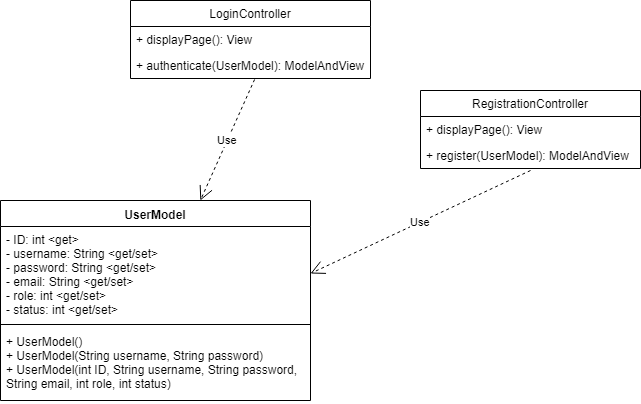
BradyBerner/SpringCLC keeps this draw.io diagram as Documentation/UML.png. Above is the earlier version. Source tidied: cells renumbered, new cells last; positions are measured from the earlier drawing's top-left corner, leaving out a move shared by most shapes. The source it was exported from:
```xml
<mxGraphModel>
  <root>
    <mxCell id="0" />
    <mxCell id="1" parent="0" />
    <mxCell id="2" value="UserModel" style="swimlane;fontStyle=1;align=center;verticalAlign=top;horizontal=1;startSize=26;" parent="1" vertex="1">
      <mxGeometry y="200" width="310" height="200" as="geometry" />
    </mxCell>
    <mxCell id="3" value="- ID: int &lt;get&gt;&#10;- username: String &lt;get/set&gt;&#10;- password: String &lt;get/set&gt;&#10;- email: String &lt;get/set&gt;&#10;- role: int &lt;get/set&gt;&#10;- status: int &lt;get/set&gt;&#10;" style="text;strokeColor=none;fillColor=none;align=left;verticalAlign=top;spacingLeft=4;spacingRight=4;overflow=hidden;points=[[0,0.5],[1,0.5]];portConstraint=eastwest;" parent="2" vertex="1">
      <mxGeometry y="26" width="310" height="94" as="geometry" />
    </mxCell>
    <mxCell id="4" style="line;strokeWidth=1;fillColor=none;align=left;verticalAlign=middle;spacingTop=-1;spacingLeft=3;spacingRight=3;labelPosition=right;" parent="2" vertex="1">
      <mxGeometry y="120" width="310" height="8" as="geometry" />
    </mxCell>
    <mxCell id="5" value="+ UserModel()&#10;+ UserModel(String username, String password)&#10;+ UserModel(int ID, String username, String password, &#10;String email, int role, int status)" style="text;strokeColor=none;fillColor=none;align=left;verticalAlign=top;spacingLeft=4;spacingRight=4;overflow=hidden;" parent="2" vertex="1">
      <mxGeometry y="128" width="310" height="72" as="geometry" />
    </mxCell>
    <mxCell id="6" value="LoginController" style="swimlane;fontStyle=0;horizontal=1;startSize=26;fillColor=none;" parent="1" vertex="1">
      <mxGeometry x="130" width="240" height="78" as="geometry" />
    </mxCell>
    <mxCell id="7" value="+ displayPage(): View" style="text;strokeColor=none;fillColor=none;align=left;verticalAlign=top;spacingLeft=4;spacingRight=4;overflow=hidden;" parent="6" vertex="1">
      <mxGeometry y="26" width="240" height="26" as="geometry" />
    </mxCell>
    <mxCell id="8" value="+ authenticate(UserModel): ModelAndView" style="text;strokeColor=none;fillColor=none;align=left;verticalAlign=top;spacingLeft=4;spacingRight=4;overflow=hidden;points=[[0,0.5],[1,0.5]];portConstraint=eastwest;" parent="6" vertex="1">
      <mxGeometry y="52" width="240" height="26" as="geometry" />
    </mxCell>
    <mxCell id="9" value="RegistrationController" style="swimlane;fontStyle=0;horizontal=1;startSize=26;fillColor=none;" parent="1" vertex="1">
      <mxGeometry x="420" y="90" width="220" height="78" as="geometry" />
    </mxCell>
    <mxCell id="10" value="+ displayPage(): View" style="text;strokeColor=none;fillColor=none;align=left;verticalAlign=top;spacingLeft=4;spacingRight=4;overflow=hidden;" parent="9" vertex="1">
      <mxGeometry y="26" width="220" height="26" as="geometry" />
    </mxCell>
    <mxCell id="11" value="+ register(UserModel): ModelAndView" style="text;strokeColor=none;fillColor=none;align=left;verticalAlign=top;spacingLeft=4;spacingRight=4;overflow=hidden;" parent="9" vertex="1">
      <mxGeometry y="52" width="220" height="26" as="geometry" />
    </mxCell>
    <mxCell id="12" value="Use" style="endArrow=open;endSize=12;dashed=1;html=1;entryX=1;entryY=0.5;entryDx=0;entryDy=0;" parent="1" edge="1" target="3">
      <mxGeometry relative="1" as="geometry">
        <mxPoint x="530" y="170" as="sourcePoint" />
      </mxGeometry>
    </mxCell>
    <mxCell id="13" value="Use" style="endArrow=open;endSize=12;dashed=1;html=1;exitX=0.517;exitY=1.038;exitDx=0;exitDy=0;exitPerimeter=0;" parent="1" edge="1" source="8" target="2">
      <mxGeometry relative="1" as="geometry" />
    </mxCell>
  </root>
</mxGraphModel>
```
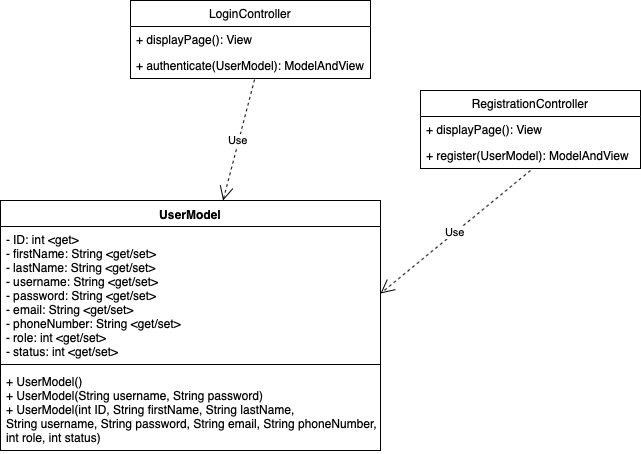
After the change.

Change to the diagram source:
```diff
@@ -3,16 +3,16 @@
     <mxCell id="0" />
     <mxCell id="1" parent="0" />
     <mxCell id="2" value="UserModel" style="swimlane;fontStyle=1;align=center;verticalAlign=top;horizontal=1;startSize=26;" parent="1" vertex="1">
-      <mxGeometry y="200" width="310" height="200" as="geometry" />
+      <mxGeometry y="200" width="380" height="250" as="geometry" />
     </mxCell>
-    <mxCell id="3" value="- ID: int &lt;get&gt;&#10;- username: String &lt;get/set&gt;&#10;- password: String &lt;get/set&gt;&#10;- email: String &lt;get/set&gt;&#10;- role: int &lt;get/set&gt;&#10;- status: int &lt;get/set&gt;&#10;" style="text;strokeColor=none;fillColor=none;align=left;verticalAlign=top;spacingLeft=4;spacingRight=4;overflow=hidden;points=[[0,0.5],[1,0.5]];portConstraint=eastwest;" parent="2" vertex="1">
-      <mxGeometry y="26" width="310" height="94" as="geometry" />
+    <mxCell id="3" value="- ID: int &lt;get&gt;&#10;- firstName: String &lt;get/set&gt;&#10;- lastName: String &lt;get/set&gt;&#10;- username: String &lt;get/set&gt;&#10;- password: String &lt;get/set&gt;&#10;- email: String &lt;get/set&gt;&#10;- phoneNumber: String &lt;get/set&gt;&#10;- role: int &lt;get/set&gt;&#10;- status: int &lt;get/set&gt;&#10;" style="text;strokeColor=none;fillColor=none;align=left;verticalAlign=top;spacingLeft=4;spacingRight=4;overflow=hidden;points=[[0,0.5],[1,0.5]];portConstraint=eastwest;" parent="2" vertex="1">
+      <mxGeometry y="26" width="380" height="134" as="geometry" />
     </mxCell>
     <mxCell id="4" style="line;strokeWidth=1;fillColor=none;align=left;verticalAlign=middle;spacingTop=-1;spacingLeft=3;spacingRight=3;labelPosition=right;" parent="2" vertex="1">
-      <mxGeometry y="120" width="310" height="8" as="geometry" />
+      <mxGeometry y="160" width="380" height="8" as="geometry" />
     </mxCell>
-    <mxCell id="5" value="+ UserModel()&#10;+ UserModel(String username, String password)&#10;+ UserModel(int ID, String username, String password, &#10;String email, int role, int status)" style="text;strokeColor=none;fillColor=none;align=left;verticalAlign=top;spacingLeft=4;spacingRight=4;overflow=hidden;" parent="2" vertex="1">
-      <mxGeometry y="128" width="310" height="72" as="geometry" />
+    <mxCell id="5" value="+ UserModel()&#10;+ UserModel(String username, String password)&#10;+ UserModel(int ID, String firstName, String lastName, &#10;String username, String password, String email, String phoneNumber, &#10;int role, int status)" style="text;strokeColor=none;fillColor=none;align=left;verticalAlign=top;spacingLeft=4;spacingRight=4;overflow=hidden;" parent="2" vertex="1">
+      <mxGeometry y="168" width="380" height="82" as="geometry" />
     </mxCell>
     <mxCell id="6" value="LoginController" style="swimlane;fontStyle=0;horizontal=1;startSize=26;fillColor=none;" parent="1" vertex="1">
       <mxGeometry x="130" width="240" height="78" as="geometry" />
```
